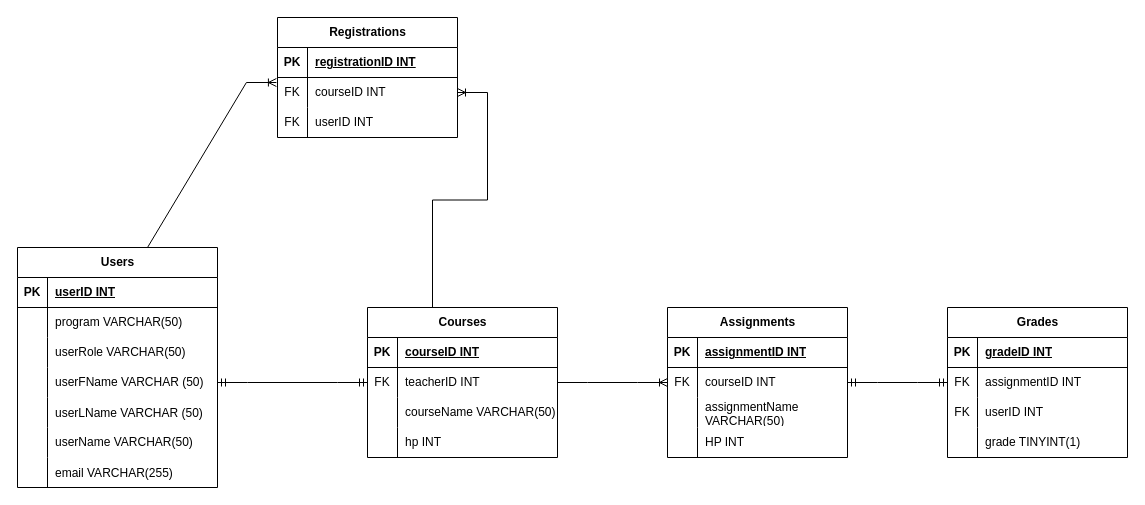
Above: documentation/SQLSchema.drawio in B4lkongen/databas_project (draw.io), before the change. Source tidied: cells renumbered, new cells numbered last; positions are measured from the earlier drawing's top-left corner, leaving out a move shared by most shapes. Both pictures are drawn from the tidied source at 100%, with x=0, y=0 at pixel (17, 17).
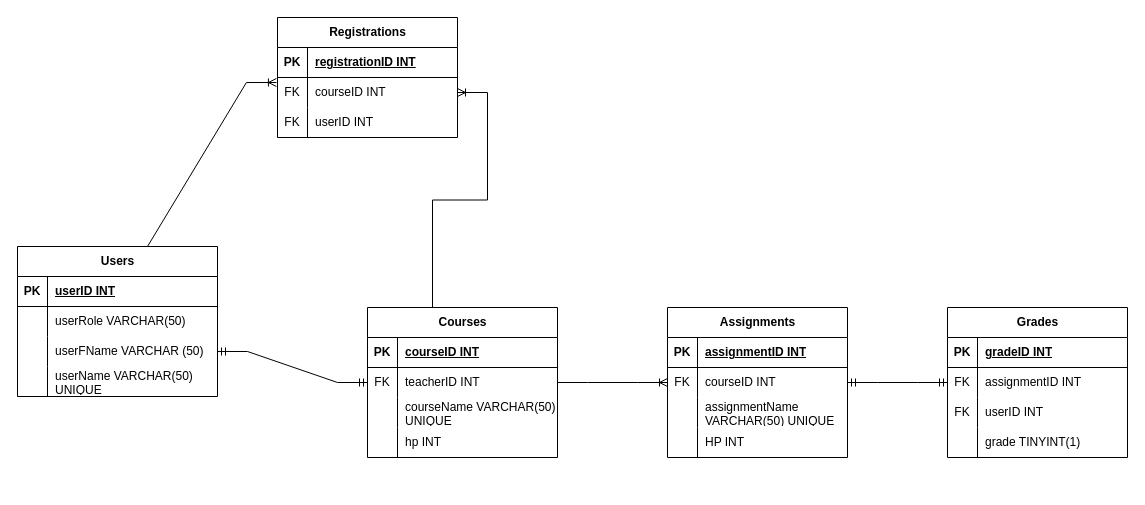
The same diagram, later.

Unchanged cells that the change refers to:
```xml
<mxCell id="19" style="shape=tableRow;horizontal=0;startSize=0;swimlaneHead=0;swimlaneBody=0;fillColor=none;top=0;left=0;right=0;bottom=0;" parent="12" vertex="1">
  <mxGeometry y="90" width="190" height="30" as="geometry" />
</mxCell>
<mxCell id="45" style="shape=tableRow;horizontal=0;startSize=0;swimlaneHead=0;swimlaneBody=0;fillColor=none;top=0;left=0;right=0;bottom=0;" parent="38" vertex="1">
  <mxGeometry y="90" width="180" height="30" as="geometry" />
</mxCell>
```

Diff of the diagram source:
```diff
@@
-    <mxCell id="21" value="courseName VARCHAR(50)" style="shape=partialRectangle;fillColor=none;top=0;left=0;bottom=0;right=0;align=left;spacingLeft=6;overflow=hidden;whiteSpace=wrap;html=1;" parent="19" vertex="1">
+    <mxCell id="21" value="courseName VARCHAR(50) UNIQUE" style="shape=partialRectangle;fillColor=none;top=0;left=0;bottom=0;right=0;align=left;spacingLeft=6;overflow=hidden;whiteSpace=wrap;html=1;" parent="19" vertex="1">
       <mxGeometry x="30" width="160" height="30" as="geometry" />
     </mxCell>
@@
-    <mxCell id="47" value="assignmentName VARCHAR(50)" style="shape=partialRectangle;fillColor=none;top=0;left=0;bottom=0;right=0;align=left;spacingLeft=6;overflow=hidden;whiteSpace=wrap;html=1;" parent="45" vertex="1">
+    <mxCell id="47" value="assignmentName VARCHAR(50) UNIQUE" style="shape=partialRectangle;fillColor=none;top=0;left=0;bottom=0;right=0;align=left;spacingLeft=6;overflow=hidden;whiteSpace=wrap;html=1;" parent="45" vertex="1">
       <mxGeometry x="30" width="150" height="30" as="geometry" />
     </mxCell>
@@
     <mxCell id="51" value="Users" style="shape=table;startSize=30;childLayout=tableLayout;rowLines=0;fontStyle=1;align=center;html=1;" parent="1" vertex="1">
-      <mxGeometry y="230" width="200" height="240" as="geometry" />
+      <mxGeometry y="229" width="200" height="150" as="geometry" />
     </mxCell>
@@
-    <mxCell id="55" style="shape=tableRow;horizontal=0;startSize=0;swimlaneHead=0;swimlaneBody=0;fillColor=none;top=0;left=0;right=0;bottom=0;" parent="51" vertex="1">
-      <mxGeometry y="60" width="200" height="30" as="geometry" />
-    </mxCell>
-    <mxCell id="56" style="shape=partialRectangle;fillColor=none;top=0;left=0;bottom=0;right=0;fontStyle=0;overflow=hidden;whiteSpace=wrap;html=1;" parent="55" vertex="1">
-      <mxGeometry width="30" height="30" as="geometry" />
-    </mxCell>
-    <mxCell id="57" value="program VARCHAR(50)" style="shape=partialRectangle;fillColor=none;top=0;left=0;bottom=0;right=0;align=left;spacingLeft=6;fontStyle=0;overflow=hidden;whiteSpace=wrap;html=1;" parent="55" vertex="1">
-      <mxGeometry x="30" width="170" height="30" as="geometry" />
-    </mxCell>
     <mxCell id="58" style="shape=tableRow;horizontal=0;startSize=0;swimlaneHead=0;swimlaneBody=0;fillColor=none;top=0;left=0;right=0;bottom=0;" parent="51" vertex="1">
-      <mxGeometry y="90" width="200" height="30" as="geometry" />
+      <mxGeometry y="60" width="200" height="30" as="geometry" />
     </mxCell>
@@
     <mxCell id="61" style="shape=tableRow;horizontal=0;startSize=0;swimlaneHead=0;swimlaneBody=0;fillColor=none;points=[[0,0.5],[1,0.5]];portConstraint=eastwest;top=0;left=0;right=0;bottom=0;" parent="51" vertex="1">
-      <mxGeometry y="120" width="200" height="30" as="geometry" />
+      <mxGeometry y="90" width="200" height="30" as="geometry" />
     </mxCell>
@@
-    <mxCell id="64" style="shape=tableRow;horizontal=0;startSize=0;swimlaneHead=0;swimlaneBody=0;fillColor=none;top=0;left=0;right=0;bottom=0;" parent="51" vertex="1">
-      <mxGeometry y="150" width="200" height="30" as="geometry" />
-    </mxCell>
-    <mxCell id="65" style="shape=partialRectangle;fillColor=none;top=0;left=0;bottom=0;right=0;overflow=hidden;" parent="64" vertex="1">
-      <mxGeometry width="30" height="30" as="geometry" />
-    </mxCell>
-    <mxCell id="66" value="userLName VARCHAR (50)" style="shape=partialRectangle;fillColor=none;top=0;left=0;bottom=0;right=0;align=left;spacingLeft=6;overflow=hidden;" parent="64" vertex="1">
-      <mxGeometry x="30" width="170" height="30" as="geometry" />
-    </mxCell>
     <mxCell id="67" style="shape=tableRow;horizontal=0;startSize=0;swimlaneHead=0;swimlaneBody=0;fillColor=none;top=0;left=0;right=0;bottom=0;" parent="51" vertex="1">
-      <mxGeometry y="180" width="200" height="30" as="geometry" />
+      <mxGeometry y="120" width="200" height="30" as="geometry" />
     </mxCell>
@@
-    <mxCell id="69" value="userName VARCHAR(50)" style="shape=partialRectangle;fillColor=none;top=0;left=0;bottom=0;right=0;align=left;spacingLeft=6;overflow=hidden;whiteSpace=wrap;html=1;" parent="67" vertex="1">
+    <mxCell id="69" value="userName VARCHAR(50) UNIQUE" style="shape=partialRectangle;fillColor=none;top=0;left=0;bottom=0;right=0;align=left;spacingLeft=6;overflow=hidden;whiteSpace=wrap;html=1;" parent="67" vertex="1">
       <mxGeometry x="30" width="170" height="30" as="geometry" />
     </mxCell>
-    <mxCell id="70" style="shape=tableRow;horizontal=0;startSize=0;swimlaneHead=0;swimlaneBody=0;fillColor=none;top=0;left=0;right=0;bottom=0;" parent="51" vertex="1">
-      <mxGeometry y="210" width="200" height="30" as="geometry" />
-    </mxCell>
-    <mxCell id="71" style="shape=partialRectangle;fillColor=none;top=0;left=0;bottom=0;right=0;overflow=hidden;" parent="70" vertex="1">
-      <mxGeometry width="30" height="30" as="geometry" />
-    </mxCell>
-    <mxCell id="72" value="email VARCHAR(255)" style="shape=partialRectangle;fillColor=none;top=0;left=0;bottom=0;right=0;align=left;spacingLeft=6;overflow=hidden;" parent="70" vertex="1">
-      <mxGeometry x="30" width="170" height="30" as="geometry" />
-    </mxCell>
```
